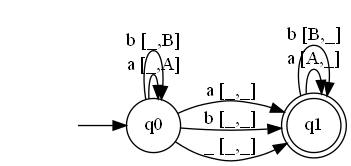
The Graphviz diagram Automate Picture/AutomataPicture.dot.png in arjen0203/AutomataReader, before a commit. Its source is kept beside it as Automate Picture/AutomataPicture.dot.
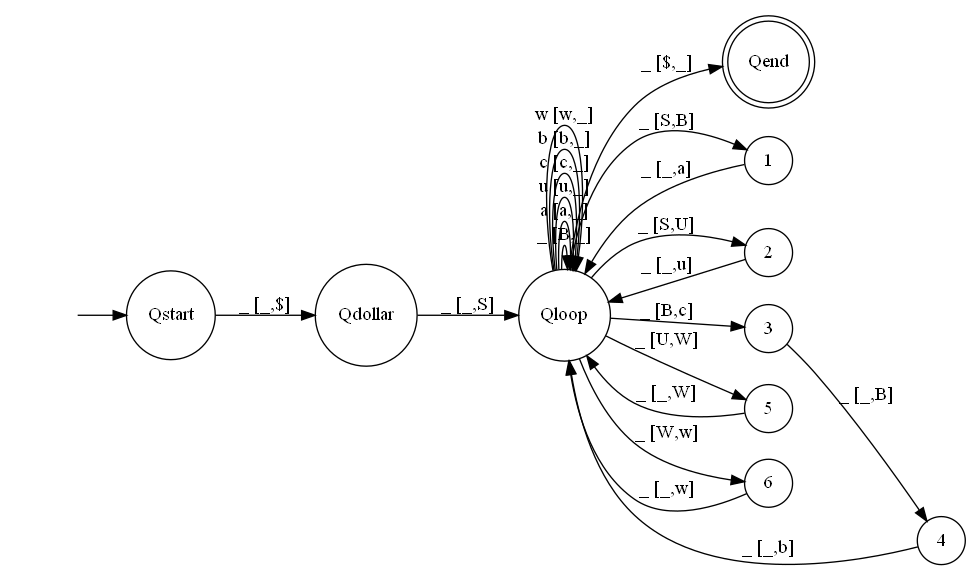
After the change.

Diff of the diagram source:
```diff
@@ -1,15 +1,36 @@
 digraph myAutomaton {
 rankdir=LR;
 "" [shape=none]
-"q0" [shape=circle]
-"q1" [shape=doublecircle]
+"Qstart" [shape=circle]
+"Qdollar" [shape=circle]
+"Qloop" [shape=circle]
+"Qend" [shape=doublecircle]
+"1" [shape=circle]
+"2" [shape=circle]
+"3" [shape=circle]
+"4" [shape=circle]
+"5" [shape=circle]
+"6" [shape=circle]
 
-"" -> "q0"
-"q0" -> "q0" [label="a [_,A]"]
-"q0" -> "q0" [label="b [_,B]"]
-"q0" -> "q1" [label="a [_,_]"]
-"q0" -> "q1" [label="b [_,_]"]
-"q0" -> "q1" [label="_ [_,_]"]
-"q1" -> "q1" [label="a [A,_]"]
-"q1" -> "q1" [label="b [B,_]"]
+"" -> "Qstart"
+"Qstart" -> "Qdollar" [label="_ [_,$]"]
+"Qdollar" -> "Qloop" [label="_ [_,S]"]
+"Qloop" -> "Qend" [label="_ [$,_]"]
+"Qloop" -> "1" [label="_ [S,B]"]
+"Qloop" -> "2" [label="_ [S,U]"]
+"Qloop" -> "3" [label="_ [B,c]"]
+"Qloop" -> "Qloop" [label="_ [B,_]"]
+"Qloop" -> "5" [label="_ [U,W]"]
+"Qloop" -> "6" [label="_ [W,w]"]
+"Qloop" -> "Qloop" [label="a [a,_]"]
+"Qloop" -> "Qloop" [label="u [u,_]"]
+"Qloop" -> "Qloop" [label="c [c,_]"]
+"Qloop" -> "Qloop" [label="b [b,_]"]
+"Qloop" -> "Qloop" [label="w [w,_]"]
+"1" -> "Qloop" [label="_ [_,a]"]
+"2" -> "Qloop" [label="_ [_,u]"]
+"3" -> "4" [label="_ [_,B]"]
+"4" -> "Qloop" [label="_ [_,b]"]
+"5" -> "Qloop" [label="_ [_,W]"]
+"6" -> "Qloop" [label="_ [_,w]"]
 }
```
